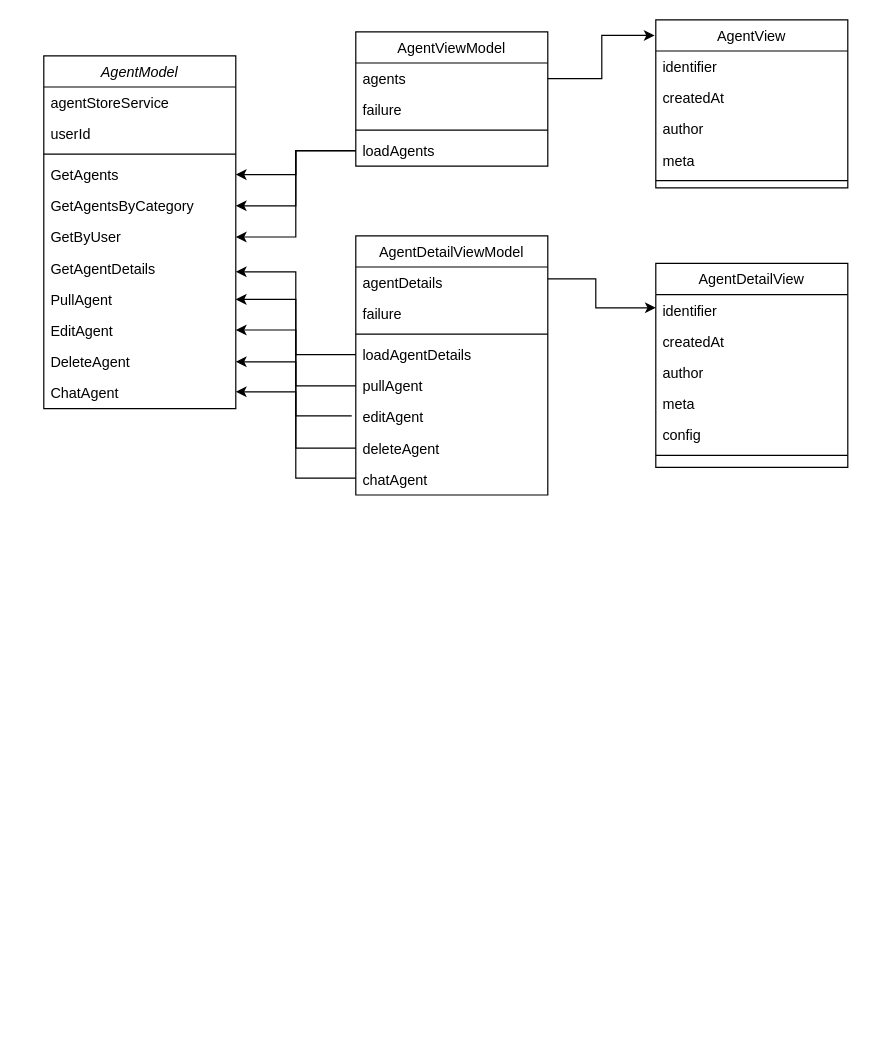
GitTuanKiet/CSE441_PROJECT keeps this draw.io diagram as MVVMDiagram.drawio. Above is the earlier version. Source tidied: cells renumbered, new cells numbered last; positions are measured from the earlier drawing's top-left corner, leaving out a move shared by most shapes. Both pictures are drawn from the tidied source at 120%, with x=0, y=0 at pixel (43, 19).
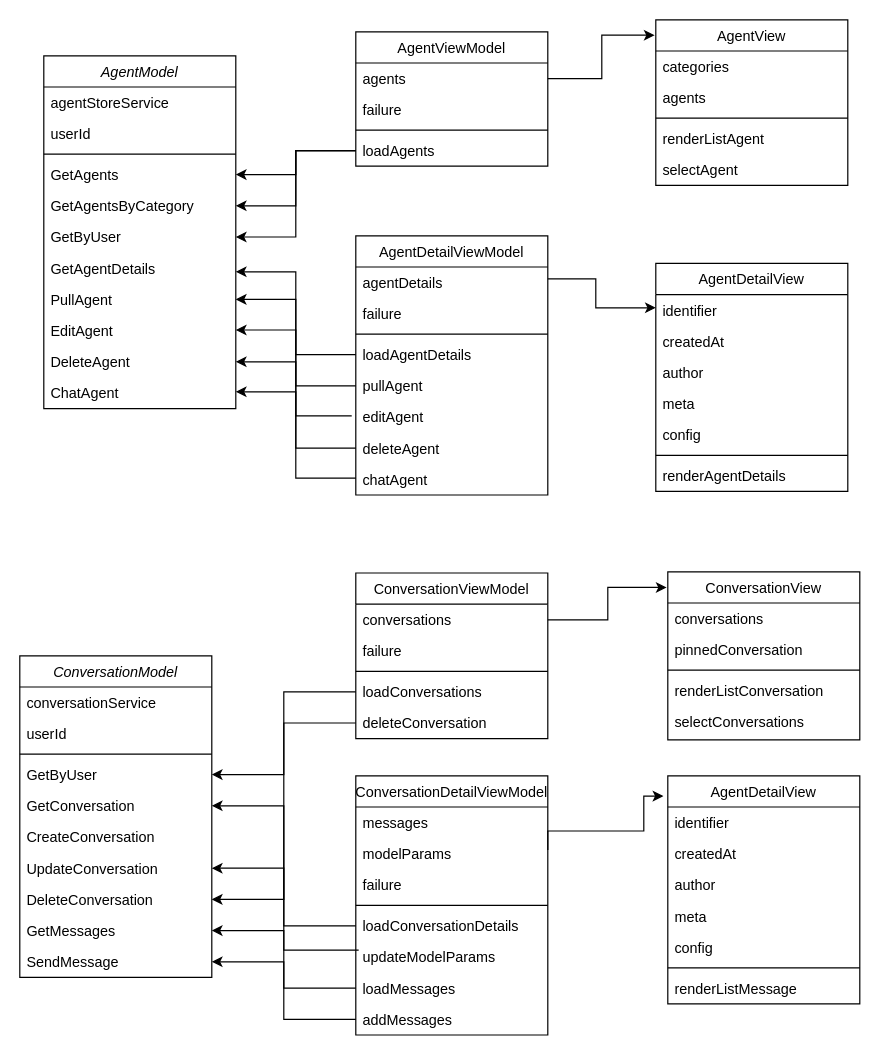
Above is the later version.

Diff of the diagram source:
```diff
@@
     <mxCell id="14" value="AgentView" style="swimlane;fontStyle=0;align=center;verticalAlign=top;horizontal=1;startSize=26;rounded=0;shadow=0;strokeWidth=1;" parent="1" vertex="1">
-      <mxGeometry x="510" width="160" height="140" as="geometry" />
+      <mxGeometry x="510" width="160" height="138" as="geometry" />
     </mxCell>
-    <mxCell id="15" value="identifier" style="text;align=left;verticalAlign=top;spacingLeft=4;spacingRight=4;overflow=hidden;" parent="14" vertex="1">
+    <mxCell id="15" value="categories" style="text;align=left;verticalAlign=top;spacingLeft=4;spacingRight=4;overflow=hidden;" parent="14" vertex="1">
       <mxGeometry y="26" width="160" height="26" as="geometry" />
     </mxCell>
-    <mxCell id="16" value="createdAt" style="text;align=left;verticalAlign=top;spacingLeft=4;spacingRight=4;overflow=hidden;" parent="14" vertex="1">
+    <mxCell id="16" value="agents" style="text;align=left;verticalAlign=top;spacingLeft=4;spacingRight=4;overflow=hidden;" parent="14" vertex="1">
       <mxGeometry y="52" width="160" height="26" as="geometry" />
     </mxCell>
-    <mxCell id="17" value="author" style="text;align=left;verticalAlign=top;spacingLeft=4;spacingRight=4;overflow=hidden;" parent="14" vertex="1">
-      <mxGeometry y="78" width="160" height="26" as="geometry" />
-    </mxCell>
-    <mxCell id="18" value="meta" style="text;align=left;verticalAlign=top;spacingLeft=4;spacingRight=4;overflow=hidden;" parent="14" vertex="1">
-      <mxGeometry y="104" width="160" height="26" as="geometry" />
-    </mxCell>
     <mxCell id="19" style="line;html=1;strokeWidth=1;align=left;verticalAlign=middle;spacingTop=-1;spacingLeft=3;spacingRight=3;labelPosition=right;" parent="14" vertex="1">
-      <mxGeometry y="130" width="160" height="8" as="geometry" />
+      <mxGeometry y="78" width="160" height="8" as="geometry" />
     </mxCell>
+    <mxCell id="51" value="renderListAgent" style="text;align=left;verticalAlign=top;spacingLeft=4;spacingRight=4;overflow=hidden;" parent="14" vertex="1">
+      <mxGeometry y="86" width="160" height="26" as="geometry" />
+    </mxCell>
+    <mxCell id="52" value="selectAgent" style="text;align=left;verticalAlign=top;spacingLeft=4;spacingRight=4;overflow=hidden;" parent="14" vertex="1">
+      <mxGeometry y="112" width="160" height="26" as="geometry" />
+    </mxCell>
@@
     <mxCell id="34" value="AgentDetailView" style="swimlane;fontStyle=0;align=center;verticalAlign=top;horizontal=1;startSize=26;rounded=0;shadow=0;strokeWidth=1;" parent="1" vertex="1">
-      <mxGeometry x="510" y="203" width="160" height="170" as="geometry" />
+      <mxGeometry x="510" y="203" width="160" height="190" as="geometry" />
     </mxCell>
@@
+    <mxCell id="53" value="renderAgentDetails" style="text;align=left;verticalAlign=top;spacingLeft=4;spacingRight=4;overflow=hidden;" parent="34" vertex="1">
+      <mxGeometry y="164" width="160" height="26" as="geometry" />
+    </mxCell>
@@
+    <mxCell id="54" value="ConversationModel" style="swimlane;fontStyle=2;align=center;verticalAlign=top;horizontal=1;startSize=26;rounded=0;shadow=0;strokeWidth=1;" parent="1" vertex="1">
+      <mxGeometry x="-20" y="530" width="160" height="268" as="geometry" />
+    </mxCell>
+    <mxCell id="55" value="conversationService" style="text;align=left;verticalAlign=top;spacingLeft=4;spacingRight=4;overflow=hidden;" parent="54" vertex="1">
+      <mxGeometry y="26" width="160" height="26" as="geometry" />
+    </mxCell>
+    <mxCell id="56" value="userId" style="text;align=left;verticalAlign=top;spacingLeft=4;spacingRight=4;overflow=hidden;" parent="54" vertex="1">
+      <mxGeometry y="52" width="160" height="26" as="geometry" />
+    </mxCell>
+    <mxCell id="57" style="line;html=1;strokeWidth=1;align=left;verticalAlign=middle;spacingTop=-1;spacingLeft=3;spacingRight=3;labelPosition=right;" parent="54" vertex="1">
+      <mxGeometry y="78" width="160" height="8" as="geometry" />
+    </mxCell>
+    <mxCell id="58" value="GetByUser" style="text;align=left;verticalAlign=top;spacingLeft=4;spacingRight=4;overflow=hidden;points=[[0,0.5],[1,0.5]];portConstraint=eastwest;" parent="54" vertex="1">
+      <mxGeometry y="86" width="160" height="26" as="geometry" />
+    </mxCell>
+    <mxCell id="59" value="GetConversation" style="text;align=left;verticalAlign=top;spacingLeft=4;spacingRight=4;overflow=hidden;points=[[0,0.5],[1,0.5]];portConstraint=eastwest;" parent="54" vertex="1">
+      <mxGeometry y="112" width="160" height="26" as="geometry" />
+    </mxCell>
+    <mxCell id="60" value="CreateConversation" style="text;align=left;verticalAlign=top;spacingLeft=4;spacingRight=4;overflow=hidden;" parent="54" vertex="1">
+      <mxGeometry y="138" width="160" height="26" as="geometry" />
+    </mxCell>
+    <mxCell id="61" value="UpdateConversation" style="text;align=left;verticalAlign=top;spacingLeft=4;spacingRight=4;overflow=hidden;points=[[0,0.5],[1,0.5]];portConstraint=eastwest;" parent="54" vertex="1">
+      <mxGeometry y="164" width="160" height="26" as="geometry" />
+    </mxCell>
+    <mxCell id="62" value="DeleteConversation" style="text;align=left;verticalAlign=top;spacingLeft=4;spacingRight=4;overflow=hidden;points=[[0,0.5],[1,0.5]];portConstraint=eastwest;" parent="54" vertex="1">
+      <mxGeometry y="190" width="160" height="26" as="geometry" />
+    </mxCell>
+    <mxCell id="63" value="GetMessages" style="text;align=left;verticalAlign=top;spacingLeft=4;spacingRight=4;overflow=hidden;points=[[0,0.5],[1,0.5]];portConstraint=eastwest;" parent="54" vertex="1">
+      <mxGeometry y="216" width="160" height="26" as="geometry" />
+    </mxCell>
+    <mxCell id="64" value="SendMessage" style="text;align=left;verticalAlign=top;spacingLeft=4;spacingRight=4;overflow=hidden;points=[[0,0.5],[1,0.5]];portConstraint=eastwest;" parent="54" vertex="1">
+      <mxGeometry y="242" width="160" height="26" as="geometry" />
+    </mxCell>
+    <mxCell id="65" value="ConversationView" style="swimlane;fontStyle=0;align=center;verticalAlign=top;horizontal=1;startSize=26;rounded=0;shadow=0;strokeWidth=1;" parent="1" vertex="1">
+      <mxGeometry x="520" y="460" width="160" height="140" as="geometry" />
+    </mxCell>
+    <mxCell id="66" value="conversations" style="text;align=left;verticalAlign=top;spacingLeft=4;spacingRight=4;overflow=hidden;" parent="65" vertex="1">
+      <mxGeometry y="26" width="160" height="26" as="geometry" />
+    </mxCell>
+    <mxCell id="67" value="pinnedConversation" style="text;align=left;verticalAlign=top;spacingLeft=4;spacingRight=4;overflow=hidden;" parent="65" vertex="1">
+      <mxGeometry y="52" width="160" height="26" as="geometry" />
+    </mxCell>
+    <mxCell id="68" style="line;html=1;strokeWidth=1;align=left;verticalAlign=middle;spacingTop=-1;spacingLeft=3;spacingRight=3;labelPosition=right;" parent="65" vertex="1">
+      <mxGeometry y="78" width="160" height="8" as="geometry" />
+    </mxCell>
+    <mxCell id="69" value="renderListConversation" style="text;align=left;verticalAlign=top;spacingLeft=4;spacingRight=4;overflow=hidden;" parent="65" vertex="1">
+      <mxGeometry y="86" width="160" height="26" as="geometry" />
+    </mxCell>
+    <mxCell id="70" value="selectConversations" style="text;align=left;verticalAlign=top;spacingLeft=4;spacingRight=4;overflow=hidden;" parent="65" vertex="1">
+      <mxGeometry y="112" width="160" height="26" as="geometry" />
+    </mxCell>
+    <mxCell id="71" style="edgeStyle=orthogonalEdgeStyle;rounded=0;jettySize=auto;html=1;exitX=0;exitY=0.5;exitDx=0;exitDy=0;entryX=1;entryY=0.5;entryDx=0;entryDy=0;" parent="1" edge="1" source="76" target="58">
+      <mxGeometry relative="1" as="geometry">
+        <Array as="points">
+          <mxPoint x="200" y="560" />
+          <mxPoint x="200" y="629" />
+        </Array>
+      </mxGeometry>
+    </mxCell>
+    <mxCell id="72" value="ConversationViewModel" style="swimlane;fontStyle=0;align=center;verticalAlign=top;horizontal=1;startSize=26;rounded=0;shadow=0;strokeWidth=1;" parent="1" vertex="1">
+      <mxGeometry x="260" y="461" width="160" height="138" as="geometry" />
+    </mxCell>
+    <mxCell id="73" value="conversations" style="text;align=left;verticalAlign=top;spacingLeft=4;spacingRight=4;overflow=hidden;points=[[0,0.5],[1,0.5]];portConstraint=eastwest;" parent="72" vertex="1">
+      <mxGeometry y="26" width="160" height="26" as="geometry" />
+    </mxCell>
+    <mxCell id="74" value="failure" style="text;align=left;verticalAlign=top;spacingLeft=4;spacingRight=4;overflow=hidden;rounded=0;shadow=0;html=0;" parent="72" vertex="1">
+      <mxGeometry y="52" width="160" height="26" as="geometry" />
+    </mxCell>
+    <mxCell id="75" style="line;html=1;strokeWidth=1;align=left;verticalAlign=middle;spacingTop=-1;spacingLeft=3;spacingRight=3;labelPosition=right;" parent="72" vertex="1">
+      <mxGeometry y="78" width="160" height="8" as="geometry" />
+    </mxCell>
+    <mxCell id="76" value="loadConversations" style="text;align=left;verticalAlign=top;spacingLeft=4;spacingRight=4;overflow=hidden;points=[[0,0.5],[1,0.5]];portConstraint=eastwest;" parent="72" vertex="1">
+      <mxGeometry y="86" width="160" height="26" as="geometry" />
+    </mxCell>
+    <mxCell id="77" value="deleteConversation" style="text;align=left;verticalAlign=top;spacingLeft=4;spacingRight=4;overflow=hidden;points=[[0,0.5],[1,0.5]];portConstraint=eastwest;" parent="72" vertex="1">
+      <mxGeometry y="112" width="160" height="26" as="geometry" />
+    </mxCell>
+    <mxCell id="78" value="ConversationDetailViewModel" style="swimlane;fontStyle=0;align=center;verticalAlign=top;horizontal=1;startSize=26;rounded=0;shadow=0;strokeWidth=1;" parent="1" vertex="1">
+      <mxGeometry x="260" y="630" width="160" height="216" as="geometry" />
+    </mxCell>
+    <mxCell id="79" value="messages" style="text;align=left;verticalAlign=top;spacingLeft=4;spacingRight=4;overflow=hidden;" parent="78" vertex="1">
+      <mxGeometry y="26" width="160" height="26" as="geometry" />
+    </mxCell>
+    <mxCell id="80" value="modelParams" style="text;align=left;verticalAlign=top;spacingLeft=4;spacingRight=4;overflow=hidden;points=[[0,0.5],[1,0.5]];portConstraint=eastwest;" parent="78" vertex="1">
+      <mxGeometry y="52" width="160" height="26" as="geometry" />
+    </mxCell>
+    <mxCell id="81" value="failure" style="text;align=left;verticalAlign=top;spacingLeft=4;spacingRight=4;overflow=hidden;rounded=0;shadow=0;html=0;" parent="78" vertex="1">
+      <mxGeometry y="78" width="160" height="26" as="geometry" />
+    </mxCell>
+    <mxCell id="82" style="line;html=1;strokeWidth=1;align=left;verticalAlign=middle;spacingTop=-1;spacingLeft=3;spacingRight=3;labelPosition=right;" parent="78" vertex="1">
+      <mxGeometry y="104" width="160" height="8" as="geometry" />
+    </mxCell>
+    <mxCell id="83" value="loadConversationDetails" style="text;align=left;verticalAlign=top;spacingLeft=4;spacingRight=4;overflow=hidden;points=[[0,0.5],[1,0.5]];portConstraint=eastwest;" parent="78" vertex="1">
+      <mxGeometry y="112" width="160" height="26" as="geometry" />
+    </mxCell>
+    <mxCell id="84" value="updateModelParams" style="text;align=left;verticalAlign=top;spacingLeft=4;spacingRight=4;overflow=hidden;points=[[0,0.5],[1,0.5]];portConstraint=eastwest;" parent="78" vertex="1">
+      <mxGeometry y="138" width="160" height="26" as="geometry" />
+    </mxCell>
+    <mxCell id="85" value="loadMessages" style="text;align=left;verticalAlign=top;spacingLeft=4;spacingRight=4;overflow=hidden;points=[[0,0.5],[1,0.5]];portConstraint=eastwest;" parent="78" vertex="1">
+      <mxGeometry y="164" width="160" height="26" as="geometry" />
+    </mxCell>
+    <mxCell id="86" value="addMessages" style="text;align=left;verticalAlign=top;spacingLeft=4;spacingRight=4;overflow=hidden;points=[[0,0.5],[1,0.5]];portConstraint=eastwest;" parent="78" vertex="1">
+      <mxGeometry y="190" width="160" height="26" as="geometry" />
+    </mxCell>
+    <mxCell id="87" value="AgentDetailView" style="swimlane;fontStyle=0;align=center;verticalAlign=top;horizontal=1;startSize=26;rounded=0;shadow=0;strokeWidth=1;" parent="1" vertex="1">
+      <mxGeometry x="520" y="630" width="160" height="190" as="geometry" />
+    </mxCell>
+    <mxCell id="88" value="identifier" style="text;align=left;verticalAlign=top;spacingLeft=4;spacingRight=4;overflow=hidden;" parent="87" vertex="1">
+      <mxGeometry y="26" width="160" height="26" as="geometry" />
+    </mxCell>
+    <mxCell id="89" value="createdAt" style="text;align=left;verticalAlign=top;spacingLeft=4;spacingRight=4;overflow=hidden;rounded=0;shadow=0;html=0;" parent="87" vertex="1">
+      <mxGeometry y="52" width="160" height="26" as="geometry" />
+    </mxCell>
+    <mxCell id="17" value="author" style="text;align=left;verticalAlign=top;spacingLeft=4;spacingRight=4;overflow=hidden;rounded=0;shadow=0;html=0;" parent="87" vertex="1">
+      <mxGeometry y="78" width="160" height="26" as="geometry" />
+    </mxCell>
+    <mxCell id="18" value="meta" style="text;align=left;verticalAlign=top;spacingLeft=4;spacingRight=4;overflow=hidden;rounded=0;shadow=0;html=0;" parent="87" vertex="1">
+      <mxGeometry y="104" width="160" height="26" as="geometry" />
+    </mxCell>
+    <mxCell id="90" value="config" style="text;align=left;verticalAlign=top;spacingLeft=4;spacingRight=4;overflow=hidden;rounded=0;shadow=0;html=0;" parent="87" vertex="1">
+      <mxGeometry y="130" width="160" height="26" as="geometry" />
+    </mxCell>
+    <mxCell id="91" style="line;html=1;strokeWidth=1;align=left;verticalAlign=middle;spacingTop=-1;spacingLeft=3;spacingRight=3;labelPosition=right;" parent="87" vertex="1">
+      <mxGeometry y="156" width="160" height="8" as="geometry" />
+    </mxCell>
+    <mxCell id="92" value="renderListMessage" style="text;align=left;verticalAlign=top;spacingLeft=4;spacingRight=4;overflow=hidden;" parent="87" vertex="1">
+      <mxGeometry y="164" width="160" height="26" as="geometry" />
+    </mxCell>
+    <mxCell id="93" style="edgeStyle=orthogonalEdgeStyle;rounded=0;jettySize=auto;html=1;entryX=-0.006;entryY=0.093;entryDx=0;entryDy=0;entryPerimeter=0;" parent="1" edge="1" source="73" target="65">
+      <mxGeometry relative="1" as="geometry" />
+    </mxCell>
+    <mxCell id="94" style="edgeStyle=orthogonalEdgeStyle;rounded=0;jettySize=auto;html=1;exitX=1;exitY=0.38;exitDx=0;exitDy=0;exitPerimeter=0;entryX=-0.023;entryY=0.089;entryDx=0;entryDy=0;entryPerimeter=0;" parent="1" edge="1" source="80" target="87">
+      <mxGeometry relative="1" as="geometry">
+        <Array as="points">
+          <mxPoint x="420" y="676" />
+          <mxPoint x="500" y="676" />
+          <mxPoint x="500" y="647" />
+        </Array>
+      </mxGeometry>
+    </mxCell>
+    <mxCell id="95" style="edgeStyle=orthogonalEdgeStyle;rounded=0;jettySize=auto;html=1;" parent="1" edge="1" source="86" target="64">
+      <mxGeometry relative="1" as="geometry" />
+    </mxCell>
+    <mxCell id="96" style="edgeStyle=orthogonalEdgeStyle;rounded=0;jettySize=auto;html=1;entryX=1;entryY=0.5;entryDx=0;entryDy=0;exitX=0.015;exitY=0.282;exitDx=0;exitDy=0;exitPerimeter=0;" parent="1" edge="1" source="84" target="61">
+      <mxGeometry relative="1" as="geometry" />
+    </mxCell>
+    <mxCell id="97" style="edgeStyle=orthogonalEdgeStyle;rounded=0;jettySize=auto;html=1;entryX=1;entryY=0.5;entryDx=0;entryDy=0;" parent="1" edge="1" source="85" target="63">
+      <mxGeometry relative="1" as="geometry" />
+    </mxCell>
+    <mxCell id="98" style="edgeStyle=orthogonalEdgeStyle;rounded=0;jettySize=auto;html=1;entryX=1;entryY=0.5;entryDx=0;entryDy=0;" parent="1" edge="1" source="77" target="62">
+      <mxGeometry relative="1" as="geometry" />
+    </mxCell>
+    <mxCell id="99" style="edgeStyle=orthogonalEdgeStyle;rounded=0;jettySize=auto;html=1;entryX=1;entryY=0.5;entryDx=0;entryDy=0;" parent="1" edge="1" source="83" target="59">
+      <mxGeometry relative="1" as="geometry" />
+    </mxCell>
```
